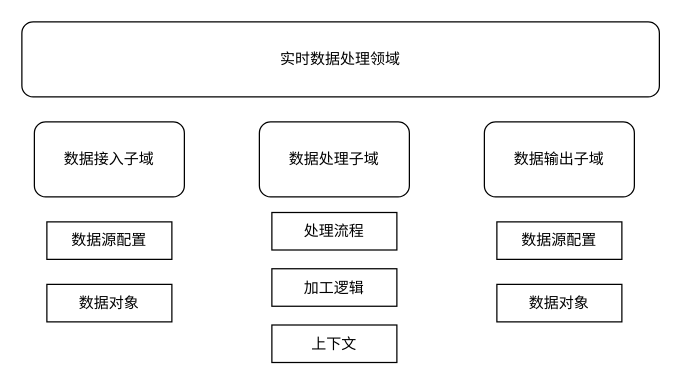
Earlier version of the draw.io diagram page "Page-3" (3 of 4) of 数据中台.drawio (michael0817/wing). Source tidied: cells renumbered, new cells numbered last; positions are measured from the earlier drawing's top-left corner, leaving out a move shared by most shapes. Both pictures are drawn from the tidied source at 125%, with x=0, y=0 at pixel (21, 21).
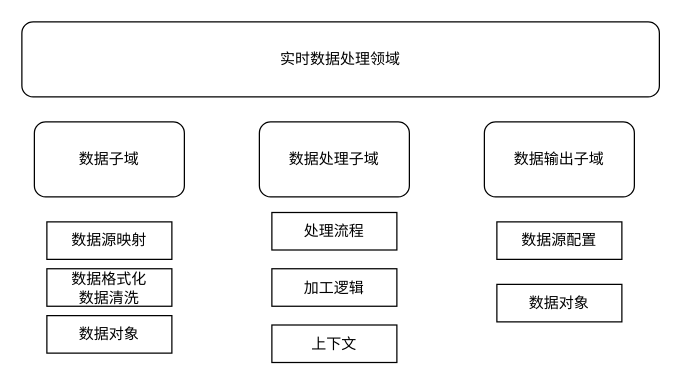
The same page after the edit.

The edit, as a diff of the source:
```diff
@@
 <mxGraphModel>
   <root>
     <mxCell id="0" />
     <mxCell id="1" parent="0" />
     <mxCell id="2" value="实时数据处理领域" style="rounded=1;whiteSpace=wrap;html=1;" parent="1" vertex="1">
       <mxGeometry width="510" height="60" as="geometry" />
     </mxCell>
-    <mxCell id="3" value="数据源配置" style="rounded=0;whiteSpace=wrap;html=1;" parent="1" vertex="1">
+    <mxCell id="3" value="数据源映射" style="rounded=0;whiteSpace=wrap;html=1;" parent="1" vertex="1">
       <mxGeometry x="20" y="160" width="100" height="30" as="geometry" />
     </mxCell>
-    <mxCell id="4" value="&lt;span style=&quot;white-space: normal&quot;&gt;数据接入子域&lt;/span&gt;" style="rounded=1;whiteSpace=wrap;html=1;" parent="1" vertex="1">
+    <mxCell id="4" value="&lt;span style=&quot;white-space: normal&quot;&gt;数据子域&lt;/span&gt;" style="rounded=1;whiteSpace=wrap;html=1;" parent="1" vertex="1">
       <mxGeometry x="10" y="80" width="120" height="60" as="geometry" />
     </mxCell>
     <mxCell id="5" value="数据对象" style="rounded=0;whiteSpace=wrap;html=1;" parent="1" vertex="1">
-      <mxGeometry x="20" y="210" width="100" height="30" as="geometry" />
+      <mxGeometry x="20" y="235" width="100" height="30" as="geometry" />
     </mxCell>
     <mxCell id="6" value="&lt;span style=&quot;white-space: normal&quot;&gt;数据处理子域&lt;/span&gt;" style="rounded=1;whiteSpace=wrap;html=1;" parent="1" vertex="1">
       <mxGeometry x="190" y="80" width="120" height="60" as="geometry" />
     </mxCell>
     <mxCell id="7" value="处理流程" style="rounded=0;whiteSpace=wrap;html=1;" parent="1" vertex="1">
       <mxGeometry x="200" y="152.5" width="100" height="30" as="geometry" />
     </mxCell>
     <mxCell id="8" value="上下文" style="rounded=0;whiteSpace=wrap;html=1;" parent="1" vertex="1">
       <mxGeometry x="200" y="242.5" width="100" height="30" as="geometry" />
     </mxCell>
     <mxCell id="9" value="数据输出子域" style="rounded=1;whiteSpace=wrap;html=1;" parent="1" vertex="1">
       <mxGeometry x="370" y="80" width="120" height="60" as="geometry" />
     </mxCell>
     <mxCell id="10" value="数据源配置" style="rounded=0;whiteSpace=wrap;html=1;" parent="1" vertex="1">
       <mxGeometry x="380" y="160" width="100" height="30" as="geometry" />
     </mxCell>
     <mxCell id="11" value="数据对象" style="rounded=0;whiteSpace=wrap;html=1;" parent="1" vertex="1">
       <mxGeometry x="380" y="210" width="100" height="30" as="geometry" />
     </mxCell>
     <mxCell id="12" value="加工逻辑" style="rounded=0;whiteSpace=wrap;html=1;" parent="1" vertex="1">
       <mxGeometry x="200" y="197.5" width="100" height="30" as="geometry" />
     </mxCell>
+    <mxCell id="13" value="数据格式化&lt;br&gt;数据清洗" style="rounded=0;whiteSpace=wrap;html=1;" parent="1" vertex="1">
+      <mxGeometry x="20" y="197.5" width="100" height="30" as="geometry" />
+    </mxCell>
   </root>
 </mxGraphModel>
```
